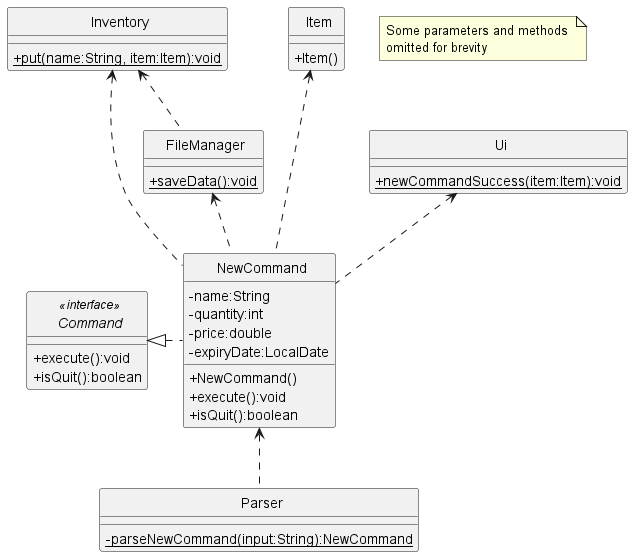
This is docs/uml-diagrams/NewCommandClass.png from rismm/tp, a PlantUML export, as it was before one commit.
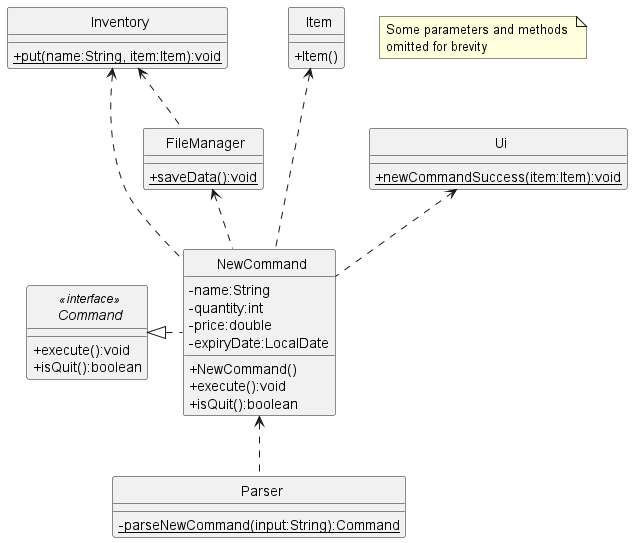
The same diagram one commit later.

Change to the diagram source:
```diff
@@ -47,7 +47,7 @@
 }
 
 class Parser {
-    {static}-parseNewCommand(input:String):NewCommand
+    {static}-parseNewCommand(input:String):Command
 }
 
 class FileManager {
```
